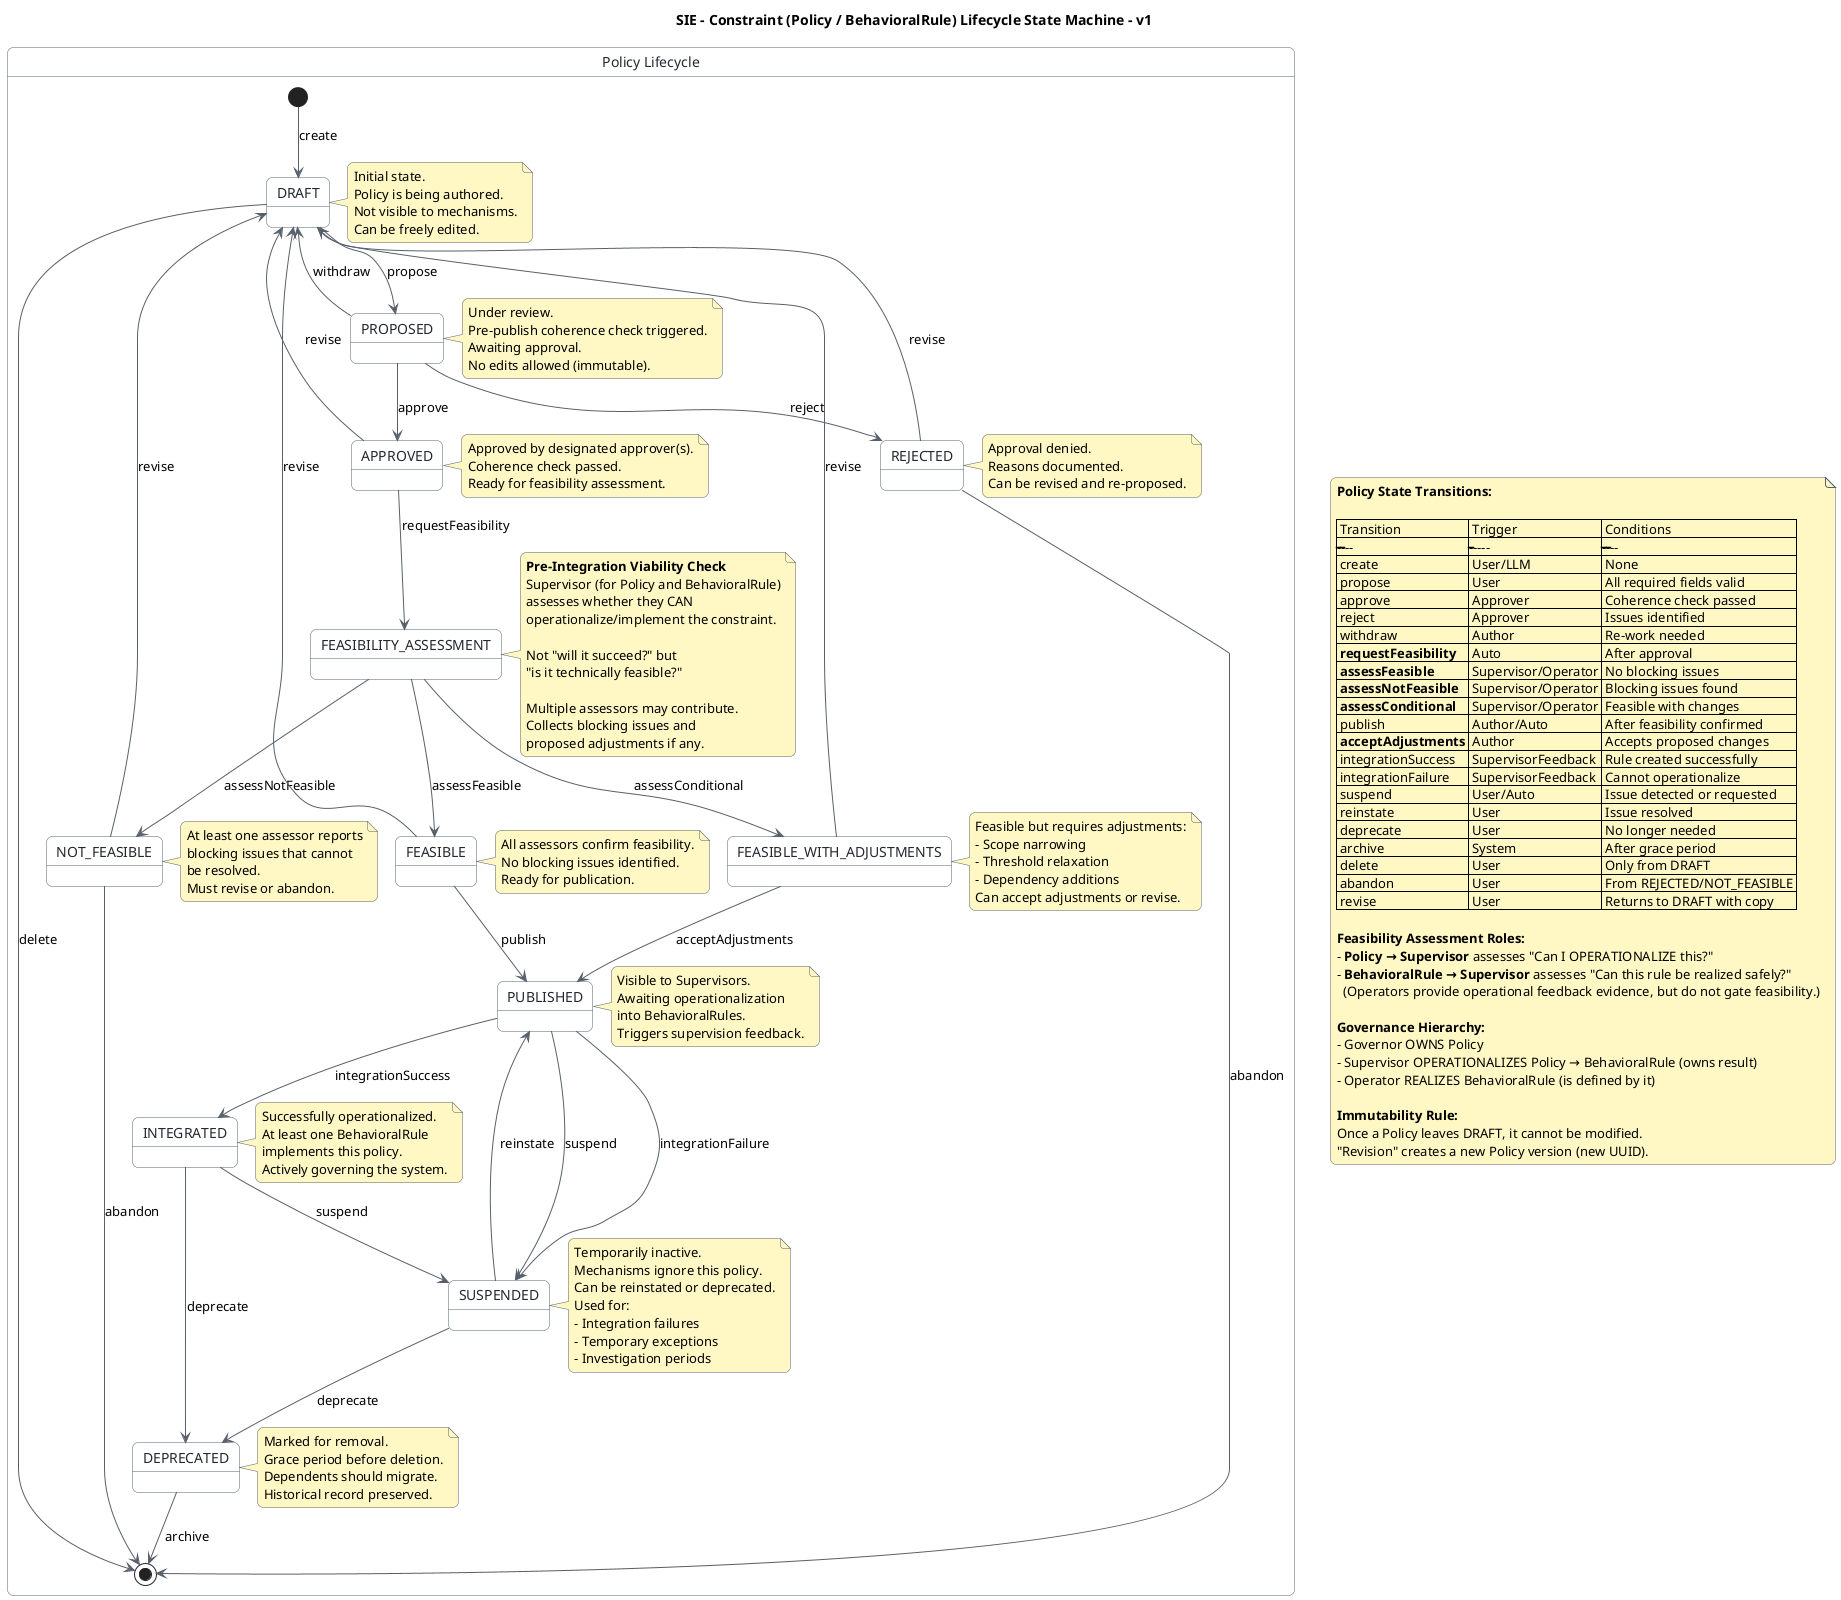
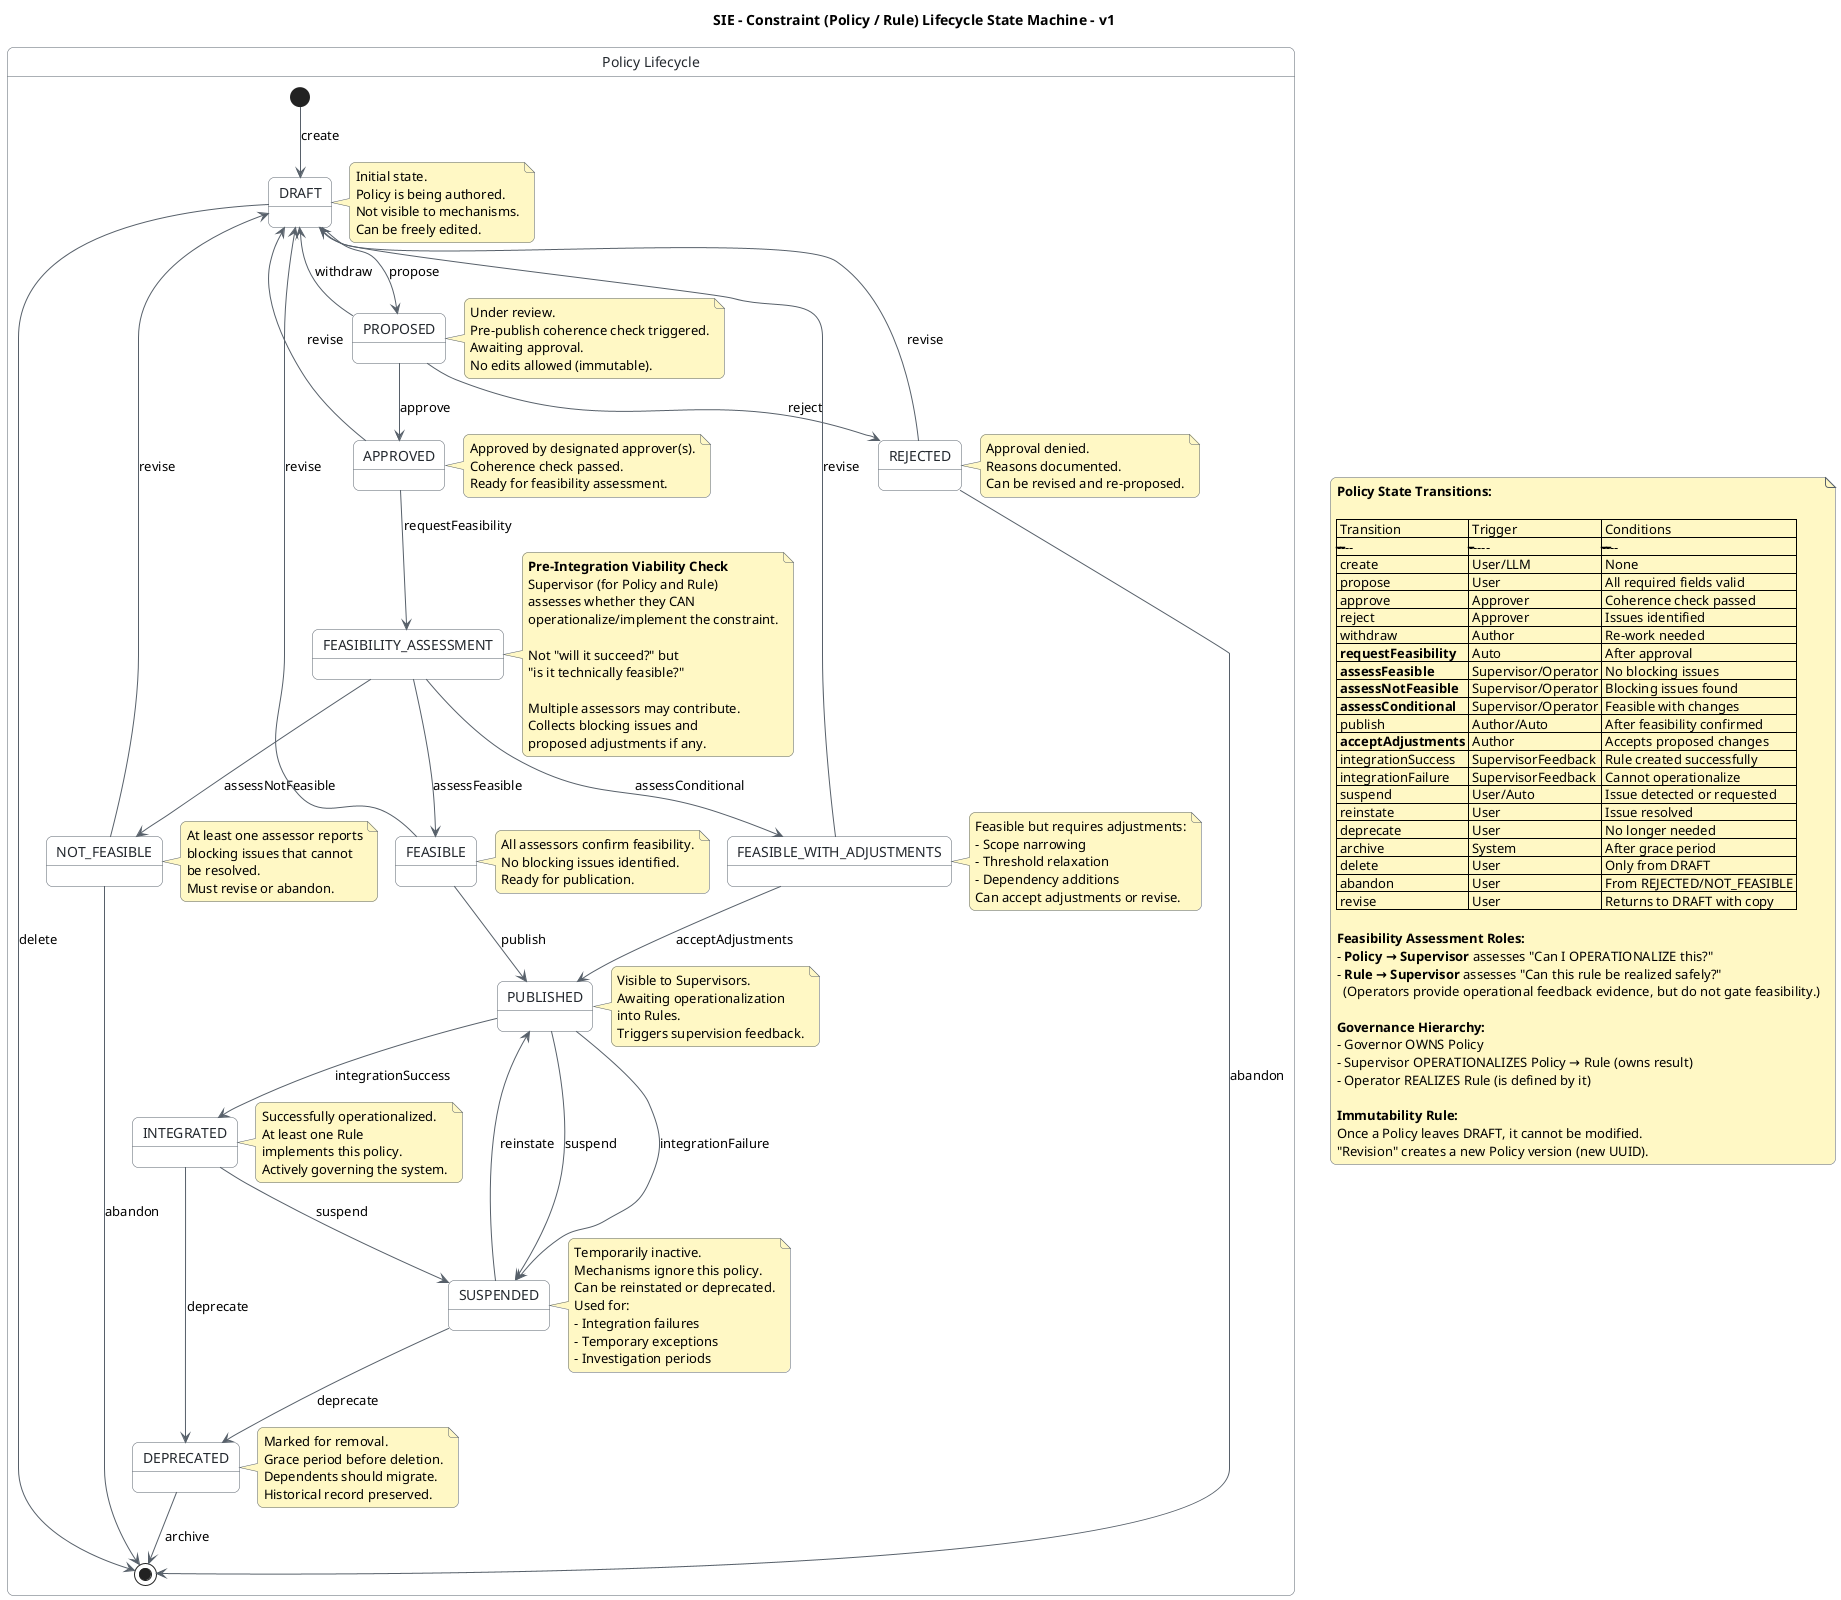
@startuml sie-constraint-lifecycle-v1

' ============================================================
' VISUAL THEME
' ============================================================

skinparam shadowing false
skinparam roundcorner 12
skinparam ArrowColor #57606A
skinparam DefaultFontName "SansSerif"
skinparam backgroundColor #FFFFFF

skinparam state {
  BackgroundColor #FFFFFF
  BorderColor #57606A
  FontColor #24292F
  StartColor #24292F
  EndColor #24292F
}

skinparam noteBackgroundColor #FFF8C5
skinparam noteBorderColor #57606A

- title SIE - Constraint (Policy / BehavioralRule) Lifecycle State Machine - v1
+ title SIE - Constraint (Policy / Rule) Lifecycle State Machine - v1

' ============================================================
' POLICY LIFECYCLE STATE MACHINE
' ============================================================

state "Policy Lifecycle" as PolicyLifecycle {

  [*] --> DRAFT : create

  state DRAFT {
  }
  note right of DRAFT
    Initial state.
    Policy is being authored.
    Not visible to mechanisms.
    Can be freely edited.
  end note

  DRAFT --> PROPOSED : propose
  DRAFT --> [*] : delete

  state PROPOSED {
  }
  note right of PROPOSED
    Under review.
    Pre-publish coherence check triggered.
    Awaiting approval.
    No edits allowed (immutable).
  end note

  PROPOSED --> APPROVED : approve
  PROPOSED --> REJECTED : reject
  PROPOSED --> DRAFT : withdraw

  state APPROVED {
  }
  note right of APPROVED
    Approved by designated approver(s).
    Coherence check passed.
    Ready for feasibility assessment.
  end note

  APPROVED --> FEASIBILITY_ASSESSMENT : requestFeasibility
  APPROVED --> DRAFT : revise

  state FEASIBILITY_ASSESSMENT {
  }
  note right of FEASIBILITY_ASSESSMENT
    **Pre-Integration Viability Check**
-     Supervisor (for Policy and BehavioralRule)
+     Supervisor (for Policy and Rule)
    assesses whether they CAN
    operationalize/implement the constraint.

    Not "will it succeed?" but
    "is it technically feasible?"

    Multiple assessors may contribute.
    Collects blocking issues and
    proposed adjustments if any.
  end note

  FEASIBILITY_ASSESSMENT --> FEASIBLE : assessFeasible
  FEASIBILITY_ASSESSMENT --> NOT_FEASIBLE : assessNotFeasible
  FEASIBILITY_ASSESSMENT --> FEASIBLE_WITH_ADJUSTMENTS : assessConditional

  state FEASIBLE {
  }
  note right of FEASIBLE
    All assessors confirm feasibility.
    No blocking issues identified.
    Ready for publication.
  end note

  FEASIBLE --> PUBLISHED : publish
  FEASIBLE --> DRAFT : revise

  state NOT_FEASIBLE {
  }
  note right of NOT_FEASIBLE
    At least one assessor reports
    blocking issues that cannot
    be resolved.
    Must revise or abandon.
  end note

  NOT_FEASIBLE --> DRAFT : revise
  NOT_FEASIBLE --> [*] : abandon

  state FEASIBLE_WITH_ADJUSTMENTS {
  }
  note right of FEASIBLE_WITH_ADJUSTMENTS
    Feasible but requires adjustments:
    - Scope narrowing
    - Threshold relaxation
    - Dependency additions
    Can accept adjustments or revise.
  end note

  FEASIBLE_WITH_ADJUSTMENTS --> PUBLISHED : acceptAdjustments
  FEASIBLE_WITH_ADJUSTMENTS --> DRAFT : revise

  state REJECTED {
  }
  note right of REJECTED
    Approval denied.
    Reasons documented.
    Can be revised and re-proposed.
  end note

  REJECTED --> DRAFT : revise
  REJECTED --> [*] : abandon

  state PUBLISHED {
  }
  note right of PUBLISHED
    Visible to Supervisors.
    Awaiting operationalization
-     into BehavioralRules.
+     into Rules.
    Triggers supervision feedback.
  end note

  PUBLISHED --> INTEGRATED : integrationSuccess
  PUBLISHED --> SUSPENDED : integrationFailure
  PUBLISHED --> SUSPENDED : suspend

  state INTEGRATED {
  }
  note right of INTEGRATED
    Successfully operationalized.
-     At least one BehavioralRule
+     At least one Rule
    implements this policy.
    Actively governing the system.
  end note

  INTEGRATED --> SUSPENDED : suspend
  INTEGRATED --> DEPRECATED : deprecate

  state SUSPENDED {
  }
  note right of SUSPENDED
    Temporarily inactive.
    Mechanisms ignore this policy.
    Can be reinstated or deprecated.
    Used for:
    - Integration failures
    - Temporary exceptions
    - Investigation periods
  end note

  SUSPENDED --> PUBLISHED : reinstate
  SUSPENDED --> DEPRECATED : deprecate

  state DEPRECATED {
  }
  note right of DEPRECATED
    Marked for removal.
    Grace period before deletion.
    Dependents should migrate.
    Historical record preserved.
  end note

  DEPRECATED --> [*] : archive

}

' ============================================================
' STATE TRANSITION EVENTS
' ============================================================

note as PolicyTransitions
  **Policy State Transitions:**

  | Transition | Trigger | Conditions |
  |------------|---------|------------|
  | create | User/LLM | None |
  | propose | User | All required fields valid |
  | approve | Approver | Coherence check passed |
  | reject | Approver | Issues identified |
  | withdraw | Author | Re-work needed |
  | **requestFeasibility** | Auto | After approval |
  | **assessFeasible** | Supervisor/Operator | No blocking issues |
  | **assessNotFeasible** | Supervisor/Operator | Blocking issues found |
  | **assessConditional** | Supervisor/Operator | Feasible with changes |
  | publish | Author/Auto | After feasibility confirmed |
  | **acceptAdjustments** | Author | Accepts proposed changes |
  | integrationSuccess | SupervisorFeedback | Rule created successfully |
  | integrationFailure | SupervisorFeedback | Cannot operationalize |
  | suspend | User/Auto | Issue detected or requested |
  | reinstate | User | Issue resolved |
  | deprecate | User | No longer needed |
  | archive | System | After grace period |
  | delete | User | Only from DRAFT |
  | abandon | User | From REJECTED/NOT_FEASIBLE |
  | revise | User | Returns to DRAFT with copy |

  **Feasibility Assessment Roles:**
  - **Policy → Supervisor** assesses "Can I OPERATIONALIZE this?"
-   - **BehavioralRule → Supervisor** assesses "Can this rule be realized safely?"
+   - **Rule → Supervisor** assesses "Can this rule be realized safely?"
    (Operators provide operational feedback evidence, but do not gate feasibility.)

  **Governance Hierarchy:**
  - Governor OWNS Policy
-   - Supervisor OPERATIONALIZES Policy → BehavioralRule (owns result)
-   - Operator REALIZES BehavioralRule (is defined by it)
+   - Supervisor OPERATIONALIZES Policy → Rule (owns result)
+   - Operator REALIZES Rule (is defined by it)

  **Immutability Rule:**
  Once a Policy leaves DRAFT, it cannot be modified.
  "Revision" creates a new Policy version (new UUID).
end note

@enduml
